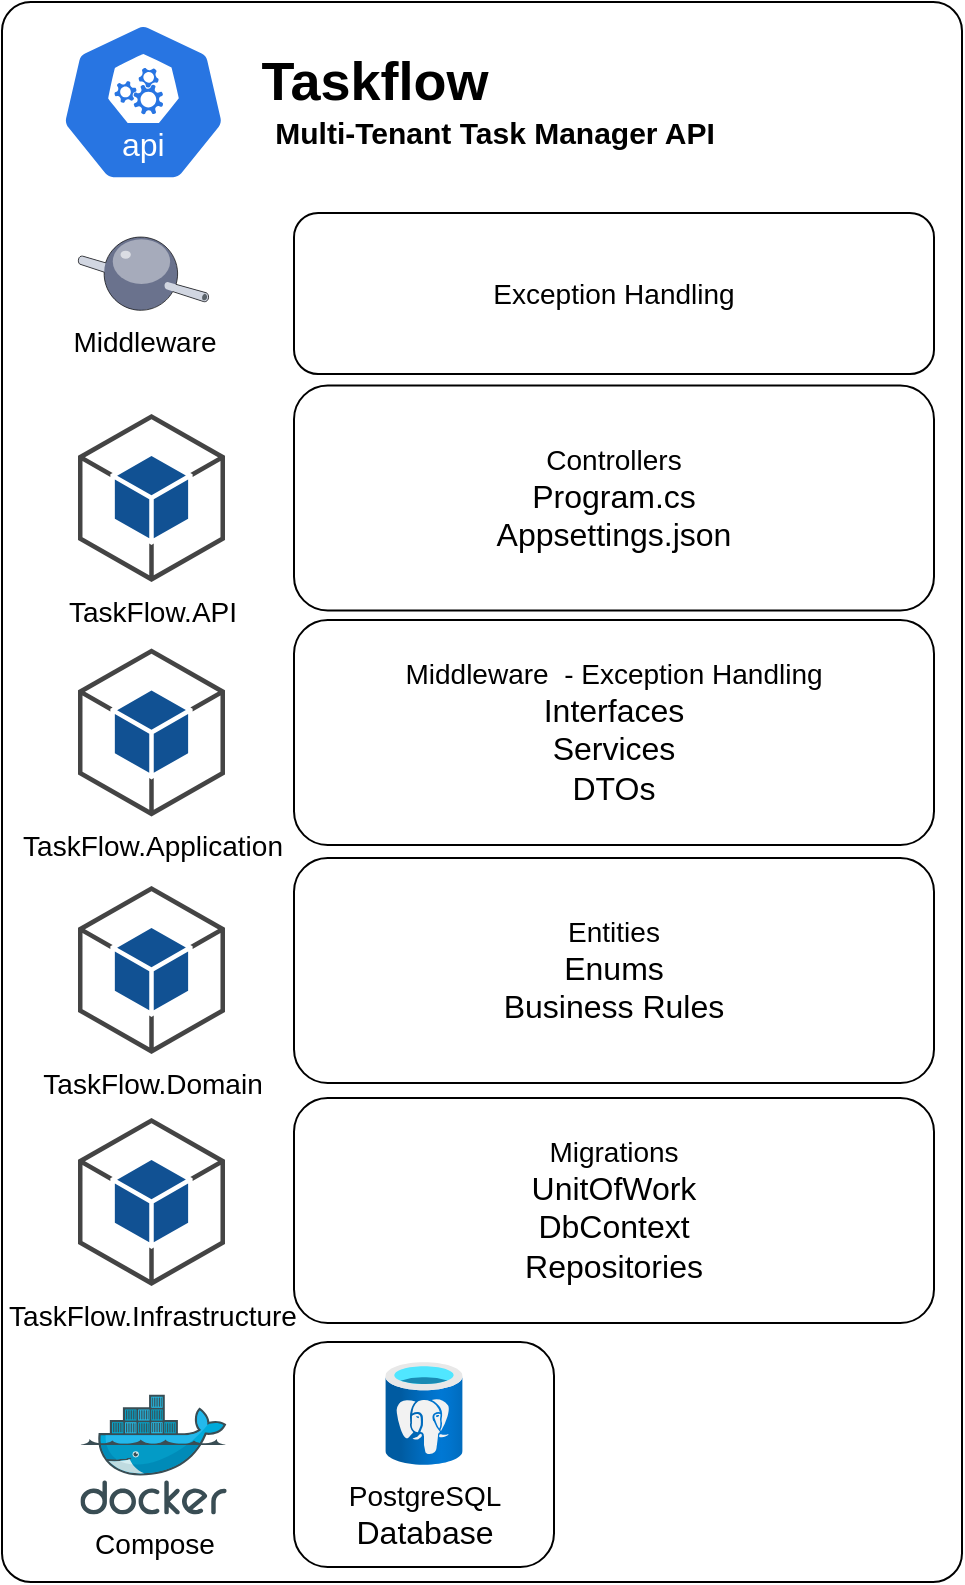
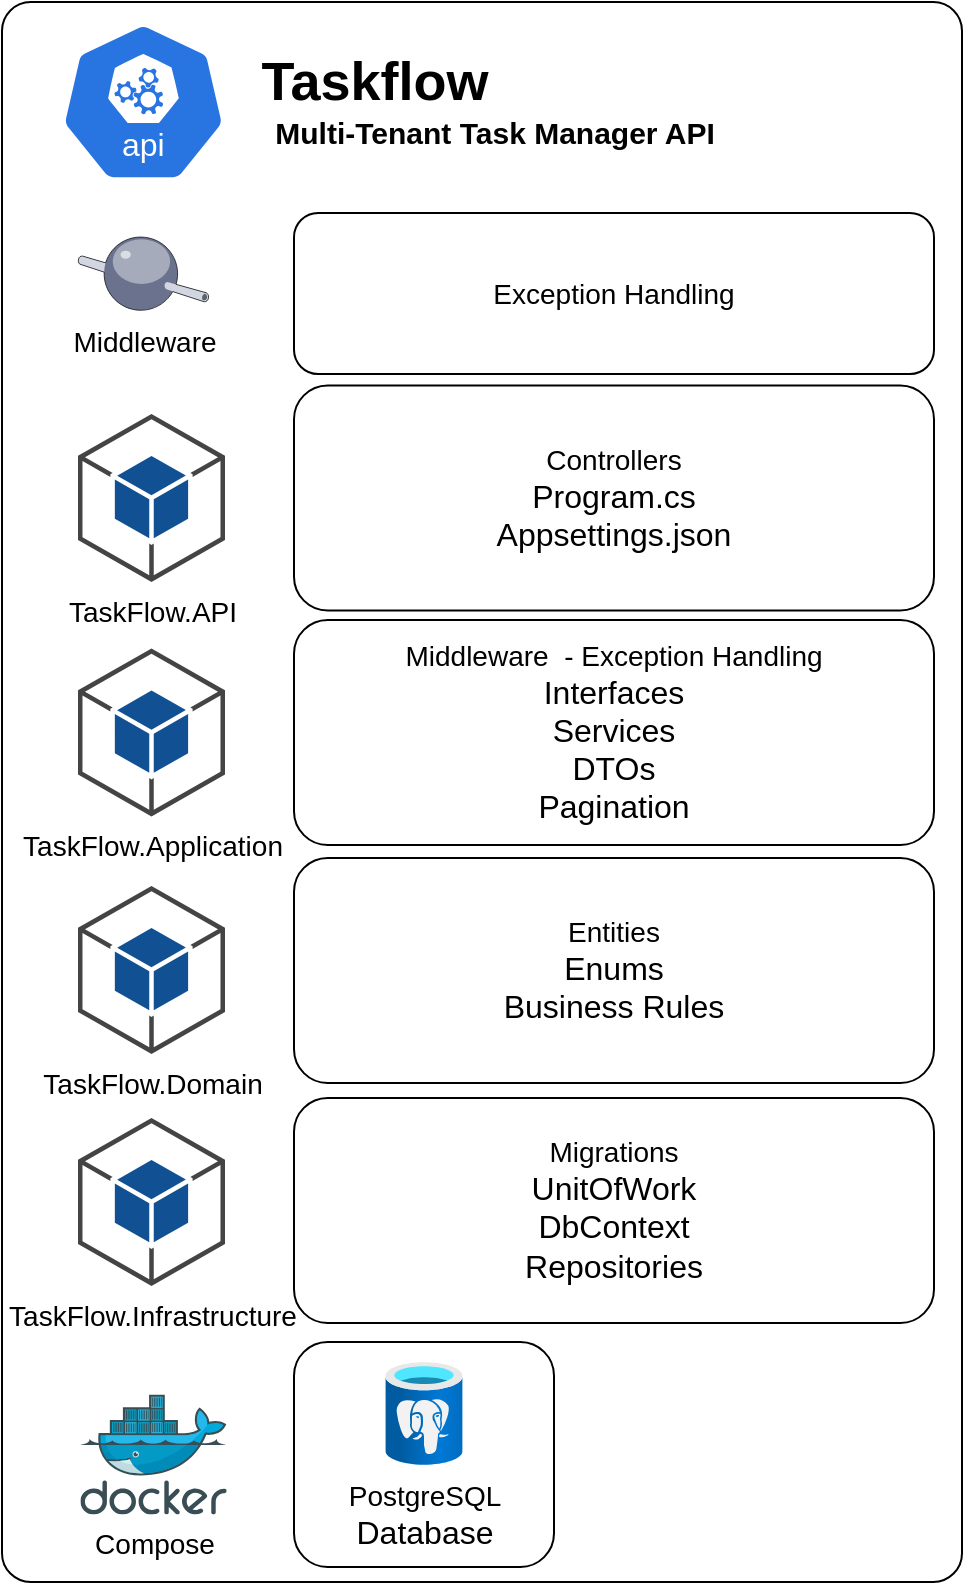
<mxfile host="app.diagrams.net">
  <diagram name="Página-1" id="Emo_0Jpq6h25B3MOc9LZ">
-     <mxGraphModel dx="1413" dy="859" grid="1" gridSize="10" guides="1" tooltips="1" connect="1" arrows="1" fold="1" page="1" pageScale="1" pageWidth="827" pageHeight="1169" math="0" shadow="0">
+     <mxGraphModel dx="1334" dy="811" grid="1" gridSize="10" guides="1" tooltips="1" connect="1" arrows="1" fold="1" page="1" pageScale="1" pageWidth="827" pageHeight="1169" math="0" shadow="0">
      <root>
        <mxCell id="0" />
        <mxCell id="1" parent="0" />
        <mxCell id="otSBbUTzuRBCyOlsN4Fx-23" parent="1" style="rounded=1;whiteSpace=wrap;html=1;arcSize=3;" value="" vertex="1">
          <mxGeometry height="790" width="480" x="40" y="10" as="geometry" />
        </mxCell>
        <mxCell id="otSBbUTzuRBCyOlsN4Fx-4" parent="1" style="text;strokeColor=none;fillColor=none;html=1;fontSize=27;fontStyle=1;verticalAlign=middle;align=center;autosizeText=1;" value="Taskflow" vertex="1">
          <mxGeometry height="40" width="160" x="145.5" y="30" as="geometry" />
        </mxCell>
        <mxCell id="otSBbUTzuRBCyOlsN4Fx-6" parent="1" style="text;strokeColor=none;fillColor=none;html=1;fontSize=15;fontStyle=1;verticalAlign=middle;align=center;autosizeText=1;" value="Multi-Tenant Task Manager API" vertex="1">
          <mxGeometry height="90" width="218" x="176.5" y="30" as="geometry" />
        </mxCell>
        <mxCell id="otSBbUTzuRBCyOlsN4Fx-7" parent="1" style="outlineConnect=0;dashed=0;verticalLabelPosition=bottom;verticalAlign=top;align=center;html=1;shape=mxgraph.aws3.android;fillColor=#115193;gradientColor=none;" value="&lt;font style=&quot;font-size: 14px;&quot;&gt;TaskFlow.Application&lt;/font&gt;" vertex="1">
          <mxGeometry height="84" width="73.5" x="78" y="333.25" as="geometry" />
        </mxCell>
        <mxCell id="otSBbUTzuRBCyOlsN4Fx-8" parent="1" style="outlineConnect=0;dashed=0;verticalLabelPosition=bottom;verticalAlign=top;align=center;html=1;shape=mxgraph.aws3.android;fillColor=#115193;gradientColor=none;" value="&lt;font style=&quot;font-size: 14px;&quot;&gt;TaskFlow.API&lt;/font&gt;" vertex="1">
          <mxGeometry height="84" width="73.5" x="78" y="216" as="geometry" />
        </mxCell>
        <mxCell id="otSBbUTzuRBCyOlsN4Fx-9" parent="1" style="outlineConnect=0;dashed=0;verticalLabelPosition=bottom;verticalAlign=top;align=center;html=1;shape=mxgraph.aws3.android;fillColor=#115193;gradientColor=none;" value="&lt;font style=&quot;font-size: 14px;&quot;&gt;TaskFlow.Domain&lt;/font&gt;" vertex="1">
          <mxGeometry height="84" width="73.5" x="78" y="452" as="geometry" />
        </mxCell>
        <mxCell id="otSBbUTzuRBCyOlsN4Fx-10" parent="1" style="outlineConnect=0;dashed=0;verticalLabelPosition=bottom;verticalAlign=top;align=center;html=1;shape=mxgraph.aws3.android;fillColor=#115193;gradientColor=none;" value="&lt;font style=&quot;font-size: 14px;&quot;&gt;TaskFlow.Infrastructure&lt;/font&gt;" vertex="1">
          <mxGeometry height="84" width="73.5" x="78" y="568" as="geometry" />
        </mxCell>
        <mxCell id="otSBbUTzuRBCyOlsN4Fx-11" parent="1" style="verticalLabelPosition=bottom;sketch=0;aspect=fixed;html=1;verticalAlign=top;strokeColor=none;align=center;outlineConnect=0;shape=mxgraph.citrix.middleware;" value="&lt;font style=&quot;font-size: 14px;&quot;&gt;Middleware&lt;/font&gt;" vertex="1">
          <mxGeometry height="39" width="65.38" x="78" y="126" as="geometry" />
        </mxCell>
        <mxCell id="otSBbUTzuRBCyOlsN4Fx-12" parent="1" style="rounded=1;whiteSpace=wrap;html=1;" value="&lt;font style=&quot;font-size: 14px;&quot;&gt;Exception Handling&lt;/font&gt;" vertex="1">
          <mxGeometry height="80.5" width="320" x="186" y="115.5" as="geometry" />
        </mxCell>
        <mxCell id="otSBbUTzuRBCyOlsN4Fx-13" parent="1" style="rounded=1;whiteSpace=wrap;html=1;" value="&lt;font style=&quot;font-size: 14px;&quot;&gt;Controllers&lt;/font&gt;&lt;div&gt;&lt;font size=&quot;3&quot;&gt;Program.cs&lt;/font&gt;&lt;/div&gt;&lt;div&gt;&lt;font size=&quot;3&quot;&gt;Appsettings.json&lt;/font&gt;&lt;/div&gt;" vertex="1">
          <mxGeometry height="112.5" width="320" x="186" y="201.75" as="geometry" />
        </mxCell>
-         <mxCell id="otSBbUTzuRBCyOlsN4Fx-14" parent="1" style="rounded=1;whiteSpace=wrap;html=1;" value="&lt;font style=&quot;font-size: 14px;&quot;&gt;Middleware&amp;nbsp; - Exception Handling&lt;/font&gt;&lt;div&gt;&lt;font size=&quot;3&quot;&gt;Interfaces&lt;/font&gt;&lt;/div&gt;&lt;div&gt;&lt;font size=&quot;3&quot;&gt;Services&lt;/font&gt;&lt;/div&gt;&lt;div&gt;&lt;font size=&quot;3&quot;&gt;DTOs&lt;/font&gt;&lt;/div&gt;" vertex="1">
+         <mxCell id="otSBbUTzuRBCyOlsN4Fx-14" parent="1" style="rounded=1;whiteSpace=wrap;html=1;" value="&lt;font style=&quot;font-size: 14px;&quot;&gt;Middleware&amp;nbsp; - Exception Handling&lt;/font&gt;&lt;div&gt;&lt;font size=&quot;3&quot;&gt;Interfaces&lt;/font&gt;&lt;/div&gt;&lt;div&gt;&lt;font size=&quot;3&quot;&gt;Services&lt;/font&gt;&lt;/div&gt;&lt;div&gt;&lt;font size=&quot;3&quot;&gt;DTOs&lt;/font&gt;&lt;/div&gt;&lt;div&gt;&lt;font size=&quot;3&quot;&gt;Pagination&lt;/font&gt;&lt;/div&gt;" vertex="1">
          <mxGeometry height="112.5" width="320" x="186" y="319" as="geometry" />
        </mxCell>
        <mxCell id="otSBbUTzuRBCyOlsN4Fx-15" parent="1" style="rounded=1;whiteSpace=wrap;html=1;" value="&lt;font style=&quot;font-size: 14px;&quot;&gt;Entities&lt;/font&gt;&lt;div&gt;&lt;font size=&quot;3&quot;&gt;Enums&lt;/font&gt;&lt;/div&gt;&lt;div&gt;&lt;font size=&quot;3&quot;&gt;Business Rules&lt;/font&gt;&lt;/div&gt;" vertex="1">
          <mxGeometry height="112.5" width="320" x="186" y="438" as="geometry" />
        </mxCell>
        <mxCell id="otSBbUTzuRBCyOlsN4Fx-16" parent="1" style="rounded=1;whiteSpace=wrap;html=1;" value="&lt;font style=&quot;font-size: 14px;&quot;&gt;Migrations&lt;/font&gt;&lt;div&gt;&lt;font size=&quot;3&quot;&gt;UnitOfWork&lt;/font&gt;&lt;/div&gt;&lt;div&gt;&lt;font size=&quot;3&quot;&gt;DbContext&lt;/font&gt;&lt;/div&gt;&lt;div&gt;&lt;font size=&quot;3&quot;&gt;Repositories&lt;/font&gt;&lt;/div&gt;" vertex="1">
          <mxGeometry height="112.5" width="320" x="186" y="558" as="geometry" />
        </mxCell>
        <mxCell id="otSBbUTzuRBCyOlsN4Fx-17" parent="1" style="aspect=fixed;sketch=0;html=1;dashed=0;whitespace=wrap;verticalLabelPosition=bottom;verticalAlign=top;fillColor=#2875E2;strokeColor=#ffffff;points=[[0.005,0.63,0],[0.1,0.2,0],[0.9,0.2,0],[0.5,0,0],[0.995,0.63,0],[0.72,0.99,0],[0.5,1,0],[0.28,0.99,0]];shape=mxgraph.kubernetes.icon2;kubernetesLabel=1;prIcon=api" value="" vertex="1">
          <mxGeometry height="80" width="83.34" x="69.02000000000001" y="20" as="geometry" />
        </mxCell>
        <mxCell id="otSBbUTzuRBCyOlsN4Fx-18" parent="1" style="image;sketch=0;aspect=fixed;html=1;points=[];align=center;fontSize=12;image=img/lib/mscae/Docker.svg;" value="&lt;font style=&quot;font-size: 14px;&quot;&gt;Compose&lt;/font&gt;" vertex="1">
          <mxGeometry height="60" width="73.17" x="79.19" y="706.25" as="geometry" />
        </mxCell>
        <mxCell id="otSBbUTzuRBCyOlsN4Fx-19" parent="1" style="rounded=1;whiteSpace=wrap;html=1;" value="" vertex="1">
          <mxGeometry height="112.5" width="130" x="186" y="680" as="geometry" />
        </mxCell>
        <mxCell id="otSBbUTzuRBCyOlsN4Fx-20" parent="1" style="image;aspect=fixed;html=1;points=[];align=center;fontSize=12;image=img/lib/azure2/databases/Azure_Database_PostgreSQL_Server.svg;" value="&lt;font style=&quot;font-size: 14px;&quot;&gt;PostgreSQL&lt;/font&gt;&lt;div&gt;&lt;font size=&quot;3&quot;&gt;Database&lt;/font&gt;&lt;/div&gt;" vertex="1">
          <mxGeometry height="51.5" width="38.63" x="231.68" y="690" as="geometry" />
        </mxCell>
      </root>
    </mxGraphModel>
  </diagram>
</mxfile>
